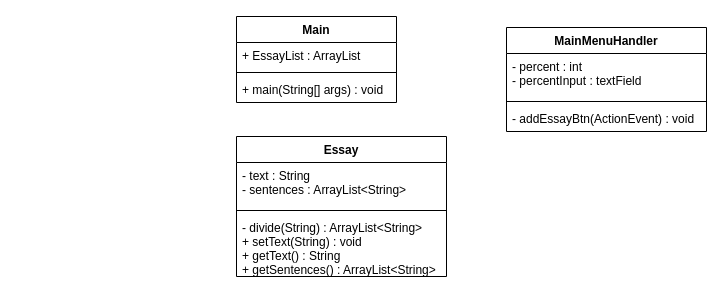
This is PlagiarismUML.drawio from 335689832/12-14-2022-PlagiarismChecker, a draw.io file, before an edit. Source tidied: cells renumbered, new cells numbered last; positions are measured from the earlier drawing's top-left corner, leaving out a move shared by most shapes. Both pictures are drawn from the tidied source at 100%, with x=0, y=0 at pixel (236, 16).
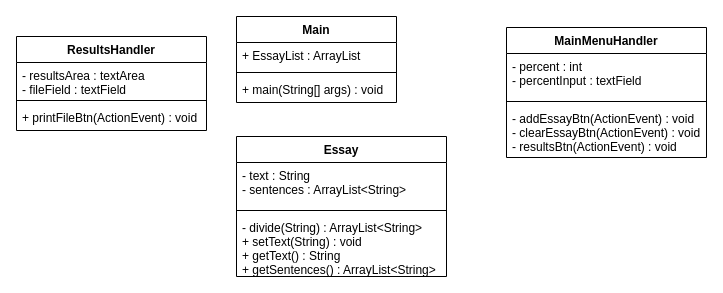
Above is the later version.

Change to the diagram source:
```diff
@@
 <mxGraphModel>
   <root>
     <mxCell id="0" />
     <mxCell id="1" parent="0" />
     <mxCell id="2" value="Main" style="swimlane;fontStyle=1;align=center;verticalAlign=top;horizontal=1;startSize=26;" parent="1" vertex="1">
       <mxGeometry width="160" height="86" as="geometry" />
     </mxCell>
     <mxCell id="3" value="+ EssayList : ArrayList" style="text;strokeColor=none;fillColor=none;align=left;verticalAlign=top;spacingLeft=4;spacingRight=4;overflow=hidden;" parent="2" vertex="1">
       <mxGeometry y="26" width="160" height="26" as="geometry" />
     </mxCell>
     <mxCell id="4" style="line;strokeWidth=1;fillColor=none;align=left;verticalAlign=middle;spacingTop=-1;spacingLeft=3;spacingRight=3;labelPosition=right;strokeColor=inherit;" parent="2" vertex="1">
       <mxGeometry y="52" width="160" height="8" as="geometry" />
     </mxCell>
     <mxCell id="5" value="+ main(String[] args) : void" style="text;strokeColor=none;fillColor=none;align=left;verticalAlign=top;spacingLeft=4;spacingRight=4;overflow=hidden;" parent="2" vertex="1">
       <mxGeometry y="60" width="160" height="26" as="geometry" />
     </mxCell>
     <mxCell id="6" value="Essay" style="swimlane;fontStyle=1;align=center;verticalAlign=top;horizontal=1;startSize=26;" parent="1" vertex="1">
       <mxGeometry y="120" width="210" height="140" as="geometry" />
     </mxCell>
     <mxCell id="7" value="- text : String&#10;- sentences : ArrayList&lt;String&gt;" style="text;strokeColor=none;fillColor=none;align=left;verticalAlign=top;spacingLeft=4;spacingRight=4;overflow=hidden;" parent="6" vertex="1">
       <mxGeometry y="26" width="210" height="44" as="geometry" />
     </mxCell>
     <mxCell id="8" style="line;strokeWidth=1;fillColor=none;align=left;verticalAlign=middle;spacingTop=-1;spacingLeft=3;spacingRight=3;labelPosition=right;strokeColor=inherit;" parent="6" vertex="1">
       <mxGeometry y="70" width="210" height="8" as="geometry" />
     </mxCell>
     <mxCell id="9" value="- divide(String) : ArrayList&lt;String&gt;&#10;+ setText(String) : void&#10;+ getText() : String&#10;+ getSentences() : ArrayList&lt;String&gt;" style="text;strokeColor=none;fillColor=none;align=left;verticalAlign=top;spacingLeft=4;spacingRight=4;overflow=hidden;" parent="6" vertex="1">
       <mxGeometry y="78" width="210" height="62" as="geometry" />
     </mxCell>
     <mxCell id="10" value="MainMenuHandler" style="swimlane;fontStyle=1;align=center;verticalAlign=top;horizontal=1;startSize=26;" parent="1" vertex="1">
-      <mxGeometry x="270" y="11" width="200" height="104" as="geometry" />
+      <mxGeometry x="270" y="11" width="200" height="130" as="geometry" />
     </mxCell>
     <mxCell id="11" value="- percent : int&#10;- percentInput : textField" style="text;strokeColor=none;fillColor=none;align=left;verticalAlign=top;spacingLeft=4;spacingRight=4;overflow=hidden;" parent="10" vertex="1">
       <mxGeometry y="26" width="200" height="44" as="geometry" />
     </mxCell>
     <mxCell id="12" style="line;strokeWidth=1;fillColor=none;align=left;verticalAlign=middle;spacingTop=-1;spacingLeft=3;spacingRight=3;labelPosition=right;strokeColor=inherit;" parent="10" vertex="1">
       <mxGeometry y="70" width="200" height="8" as="geometry" />
     </mxCell>
-    <mxCell id="13" value="- addEssayBtn(ActionEvent) : void" style="text;strokeColor=none;fillColor=none;align=left;verticalAlign=top;spacingLeft=4;spacingRight=4;overflow=hidden;" parent="10" vertex="1">
-      <mxGeometry y="78" width="200" height="26" as="geometry" />
+    <mxCell id="13" value="- addEssayBtn(ActionEvent) : void&#10;- clearEssayBtn(ActionEvent) : void&#10;- resultsBtn(ActionEvent) : void" style="text;strokeColor=none;fillColor=none;align=left;verticalAlign=top;spacingLeft=4;spacingRight=4;overflow=hidden;" parent="10" vertex="1">
+      <mxGeometry y="78" width="200" height="52" as="geometry" />
     </mxCell>
+    <mxCell id="14" value="ResultsHandler" style="swimlane;fontStyle=1;align=center;verticalAlign=top;horizontal=1;startSize=26;" parent="1" vertex="1">
+      <mxGeometry x="-220" y="20" width="190" height="94" as="geometry" />
+    </mxCell>
+    <mxCell id="15" value="- resultsArea : textArea&#10;- fileField : textField" style="text;strokeColor=none;fillColor=none;align=left;verticalAlign=top;spacingLeft=4;spacingRight=4;overflow=hidden;" parent="14" vertex="1">
+      <mxGeometry y="26" width="190" height="34" as="geometry" />
+    </mxCell>
+    <mxCell id="16" style="line;strokeWidth=1;fillColor=none;align=left;verticalAlign=middle;spacingTop=-1;spacingLeft=3;spacingRight=3;labelPosition=right;strokeColor=inherit;" parent="14" vertex="1">
+      <mxGeometry y="60" width="190" height="8" as="geometry" />
+    </mxCell>
+    <mxCell id="17" value="+ printFileBtn(ActionEvent) : void" style="text;strokeColor=none;fillColor=none;align=left;verticalAlign=top;spacingLeft=4;spacingRight=4;overflow=hidden;" parent="14" vertex="1">
+      <mxGeometry y="68" width="190" height="26" as="geometry" />
+    </mxCell>
   </root>
 </mxGraphModel>
```
